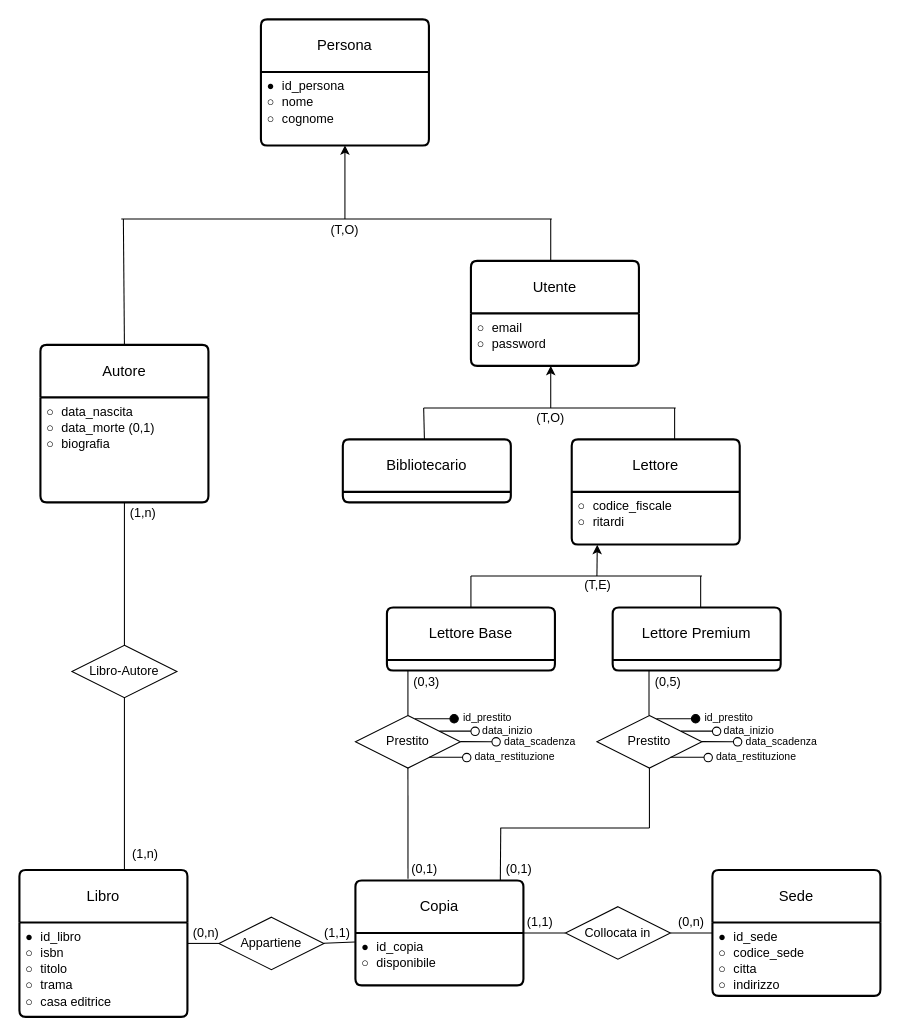
jaczao/library-management-system keeps this draw.io diagram as Untitled Diagram.drawio. Above is the earlier version. Source tidied: cells renumbered, new cells numbered last; positions are measured from the earlier drawing's top-left corner, leaving out a move shared by most shapes. Both pictures are drawn from the tidied source at 105%, with x=0, y=0 at pixel (19, 19).
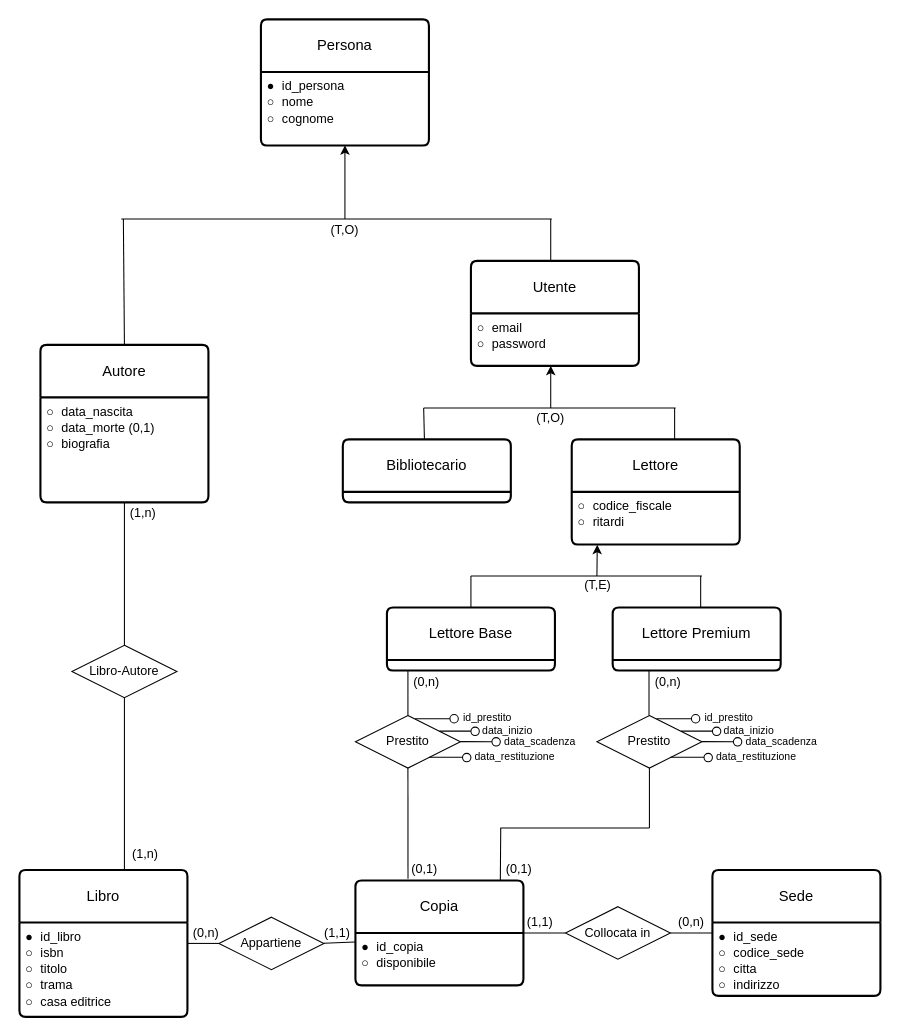
After the change.

Change to the diagram source:
```diff
@@
-    <mxCell id="32" value="(0,3)" style="text;html=1;align=center;verticalAlign=middle;whiteSpace=wrap;rounded=0;" parent="1" vertex="1">
+    <mxCell id="32" value="(0,n)" style="text;html=1;align=center;verticalAlign=middle;whiteSpace=wrap;rounded=0;" parent="1" vertex="1">
       <mxGeometry x="358" y="616" width="60" height="30" as="geometry" />
     </mxCell>
@@
-    <mxCell id="44" style="ellipse;whiteSpace=wrap;html=1;fillColor=#000000;" parent="1" vertex="1">
-      <mxGeometry x="640" y="662" width="8" height="8" as="geometry" />
-    </mxCell>
@@
-    <mxCell id="58" style="ellipse;whiteSpace=wrap;html=1;fillColor=#000000;" parent="1" vertex="1">
-      <mxGeometry x="410" y="662" width="8" height="8" as="geometry" />
-    </mxCell>
@@
-    <mxCell id="70" value="(0,5)" style="text;html=1;align=center;verticalAlign=middle;whiteSpace=wrap;rounded=0;" parent="1" vertex="1">
+    <mxCell id="70" value="(0,n)" style="text;html=1;align=center;verticalAlign=middle;whiteSpace=wrap;rounded=0;" parent="1" vertex="1">
       <mxGeometry x="588" y="616" width="60" height="30" as="geometry" />
     </mxCell>
@@
+    <mxCell id="88" style="ellipse;whiteSpace=wrap;html=1;" parent="1" vertex="1">
+      <mxGeometry x="410" y="662" width="8" height="8" as="geometry" />
+    </mxCell>
+    <mxCell id="89" style="ellipse;whiteSpace=wrap;html=1;" parent="1" vertex="1">
+      <mxGeometry x="640" y="662" width="8" height="8" as="geometry" />
+    </mxCell>
```
